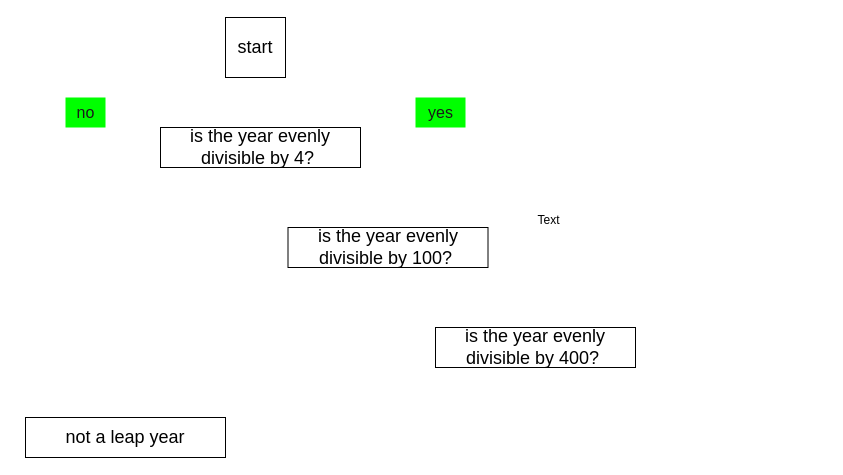
Above: Untitled Diagram.drawio in Madumetja-Hub/theodinproject (draw.io), before the change. Source tidied: cells renumbered, new cells numbered last; positions are measured from the earlier drawing's top-left corner, leaving out a move shared by most shapes. Both pictures are drawn from the tidied source at 100%, with x=0, y=0 at pixel (25, 17).
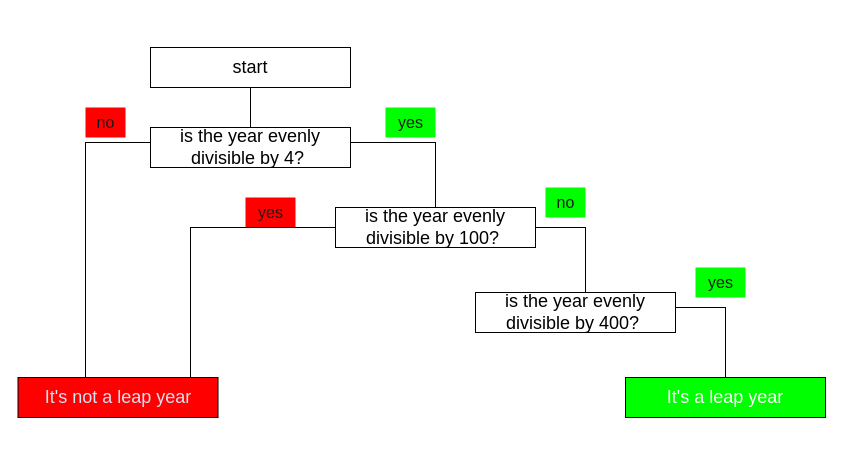
After the change.

Commit message:
Exercise 3.3 python Diagram.drawio

What changed in the source:
```diff
@@
 <mxGraphModel>
   <root>
     <mxCell id="0" />
     <mxCell id="1" parent="0" />
-    <mxCell id="2" value="&lt;font style=&quot;font-size: 18px;&quot;&gt;start&lt;/font&gt;" style="whiteSpace=wrap;html=1;" parent="1" vertex="1">
-      <mxGeometry x="200" width="60" height="60" as="geometry" />
-    </mxCell>
     <mxCell id="3" value="&lt;font style=&quot;font-size: 18px;&quot;&gt;is the year evenly divisible by 4?&amp;nbsp;&lt;/font&gt;" style="rounded=0;whiteSpace=wrap;html=1;" parent="1" vertex="1">
-      <mxGeometry x="135" y="110" width="200" height="40" as="geometry" />
+      <mxGeometry x="125" y="110" width="200" height="40" as="geometry" />
     </mxCell>
     <mxCell id="4" value="&lt;font style=&quot;font-size: 16px;&quot; color=&quot;#1a1a1a&quot;&gt;yes&lt;/font&gt;" style="text;html=1;align=center;verticalAlign=middle;strokeColor=none;fillColor=#00FF00;" parent="1" vertex="1">
-      <mxGeometry x="390" y="80" width="50" height="30" as="geometry" />
+      <mxGeometry x="360" y="90" width="50" height="30" as="geometry" />
     </mxCell>
-    <mxCell id="5" value="Text" style="text;html=1;align=center;verticalAlign=middle;strokeColor=none;fillColor=none;" parent="1" vertex="1">
-      <mxGeometry x="497.5" y="188" width="50" height="30" as="geometry" />
-    </mxCell>
-    <mxCell id="6" value="&lt;font style=&quot;font-size: 16px;&quot; color=&quot;#1a1a1a&quot;&gt;no&lt;/font&gt;" style="text;html=1;align=center;verticalAlign=middle;strokeColor=none;fillColor=#00FF00;" parent="1" vertex="1">
-      <mxGeometry x="40" y="80" width="40" height="30" as="geometry" />
+    <mxCell id="6" value="&lt;font style=&quot;font-size: 16px;&quot; color=&quot;#1a1a1a&quot;&gt;no&lt;/font&gt;" style="text;html=1;align=center;verticalAlign=middle;strokeColor=none;fillColor=#FF0000;" parent="1" vertex="1">
+      <mxGeometry x="60" y="90" width="40" height="30" as="geometry" />
     </mxCell>
     <mxCell id="7" value="&lt;font style=&quot;font-size: 18px;&quot;&gt;is the year evenly divisible by 100?&amp;nbsp;&lt;/font&gt;" style="rounded=0;whiteSpace=wrap;html=1;" parent="1" vertex="1">
-      <mxGeometry x="262.5" y="210" width="200" height="40" as="geometry" />
+      <mxGeometry x="310" y="190" width="200" height="40" as="geometry" />
     </mxCell>
     <mxCell id="8" value="&lt;font style=&quot;font-size: 18px;&quot;&gt;is the year evenly divisible by 400?&amp;nbsp;&lt;/font&gt;" style="rounded=0;whiteSpace=wrap;html=1;" parent="1" vertex="1">
-      <mxGeometry x="410" y="310" width="200" height="40" as="geometry" />
+      <mxGeometry x="450" y="275" width="200" height="40" as="geometry" />
     </mxCell>
-    <mxCell id="9" value="&lt;font style=&quot;font-size: 18px;&quot;&gt;not a leap year&lt;/font&gt;" style="rounded=0;whiteSpace=wrap;html=1;" parent="1" vertex="1">
-      <mxGeometry y="400" width="200" height="40" as="geometry" />
+    <mxCell id="9" value="&lt;font color=&quot;#d4e1f5&quot; style=&quot;font-size: 18px;&quot;&gt;It's not a leap year&lt;/font&gt;" style="rounded=0;whiteSpace=wrap;html=1;fillColor=#FF0000;" parent="1" vertex="1">
+      <mxGeometry x="-7.5" y="360" width="200" height="40" as="geometry" />
     </mxCell>
+    <mxCell id="10" value="&lt;font color=&quot;#ffffff&quot; style=&quot;font-size: 18px;&quot;&gt;It's a leap year&lt;/font&gt;" style="rounded=0;whiteSpace=wrap;html=1;fillColor=#00FF00;" parent="1" vertex="1">
+      <mxGeometry x="600" y="360" width="200" height="40" as="geometry" />
+    </mxCell>
+    <mxCell id="11" value="&lt;font style=&quot;font-size: 16px;&quot; color=&quot;#1a1a1a&quot;&gt;no&lt;/font&gt;" style="text;html=1;align=center;verticalAlign=middle;strokeColor=none;fillColor=#00FF00;" parent="1" vertex="1">
+      <mxGeometry x="520" y="170" width="40" height="30" as="geometry" />
+    </mxCell>
+    <mxCell id="12" value="&lt;font style=&quot;font-size: 16px;&quot; color=&quot;#1a1a1a&quot;&gt;yes&lt;/font&gt;" style="text;html=1;align=center;verticalAlign=middle;strokeColor=none;fillColor=#00FF00;" parent="1" vertex="1">
+      <mxGeometry x="670" y="250" width="50" height="30" as="geometry" />
+    </mxCell>
+    <mxCell id="13" value="&lt;font style=&quot;font-size: 16px;&quot; color=&quot;#1a1a1a&quot;&gt;yes&lt;/font&gt;" style="text;html=1;align=center;verticalAlign=middle;strokeColor=none;fillColor=#FF0000;" parent="1" vertex="1">
+      <mxGeometry x="220" y="180" width="50" height="30" as="geometry" />
+    </mxCell>
+    <mxCell id="14" style="shape=partialRectangle;whiteSpace=wrap;html=1;bottom=0;right=0;fillColor=none;direction=south;" parent="1" vertex="1">
+      <mxGeometry x="325" y="125" width="85" height="65" as="geometry" />
+    </mxCell>
+    <mxCell id="15" style="shape=partialRectangle;whiteSpace=wrap;html=1;bottom=0;right=0;fillColor=none;direction=south;" parent="1" vertex="1">
+      <mxGeometry x="510" y="210" width="50" height="65" as="geometry" />
+    </mxCell>
+    <mxCell id="16" style="shape=partialRectangle;whiteSpace=wrap;html=1;bottom=0;right=0;fillColor=none;direction=east;" parent="1" vertex="1">
+      <mxGeometry x="165" y="210" width="145" height="150" as="geometry" />
+    </mxCell>
+    <mxCell id="17" style="shape=partialRectangle;whiteSpace=wrap;html=1;bottom=0;right=0;fillColor=none;direction=east;" parent="1" vertex="1">
+      <mxGeometry x="60" y="125" width="65" height="235" as="geometry" />
+    </mxCell>
+    <mxCell id="18" style="shape=partialRectangle;whiteSpace=wrap;html=1;bottom=0;right=0;fillColor=none;direction=south;" parent="1" vertex="1">
+      <mxGeometry x="650" y="290" width="50" height="70" as="geometry" />
+    </mxCell>
+    <mxCell id="2" value="&lt;font style=&quot;font-size: 18px;&quot;&gt;start&lt;/font&gt;" style="rounded=0;whiteSpace=wrap;html=1;" parent="1" vertex="1">
+      <mxGeometry x="125" y="30" width="200" height="40" as="geometry" />
+    </mxCell>
+    <mxCell id="19" style="line;strokeWidth=1;direction=south;html=1;" parent="1" vertex="1">
+      <mxGeometry x="220" y="70" width="10" height="40" as="geometry" />
+    </mxCell>
   </root>
 </mxGraphModel>
```
